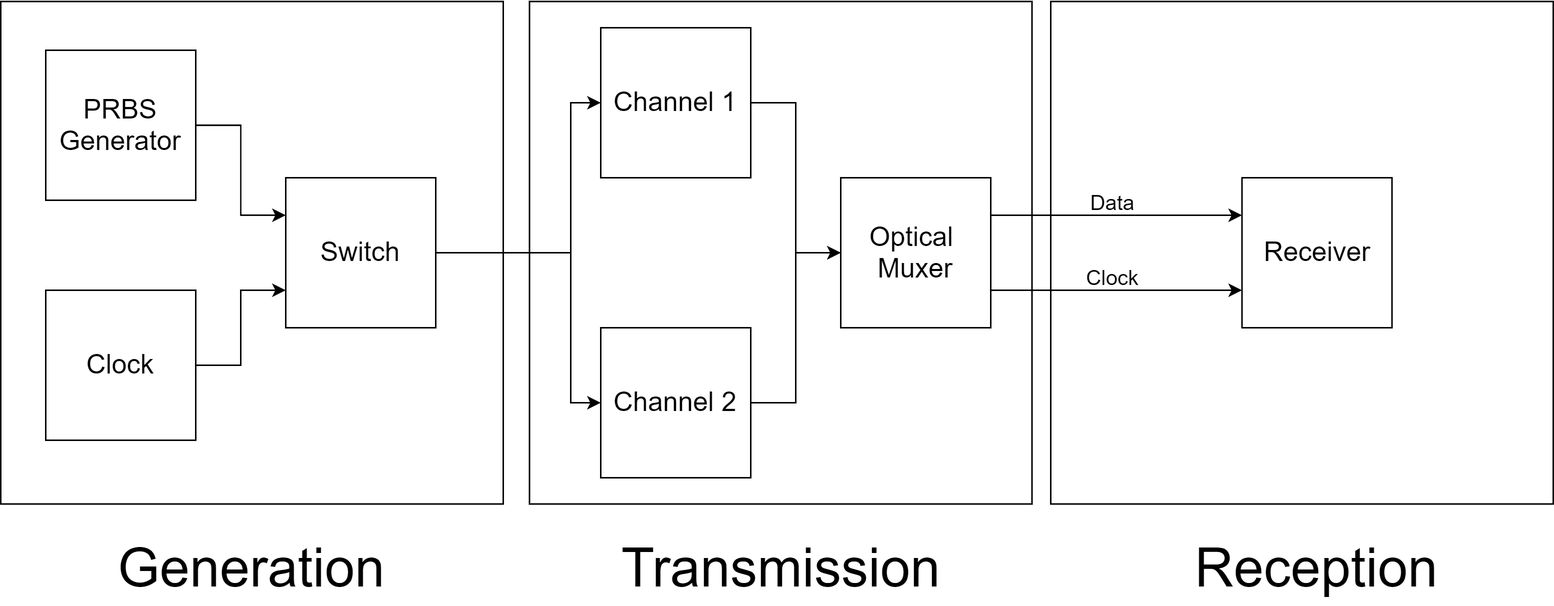
This is img/overview.png from AmmarShaqeel/ucl-final, a draw.io export, as it was before one commit. Source tidied: cells renumbered, new cells last; positions are measured from the earlier drawing's top-left corner, leaving out a move shared by most shapes.
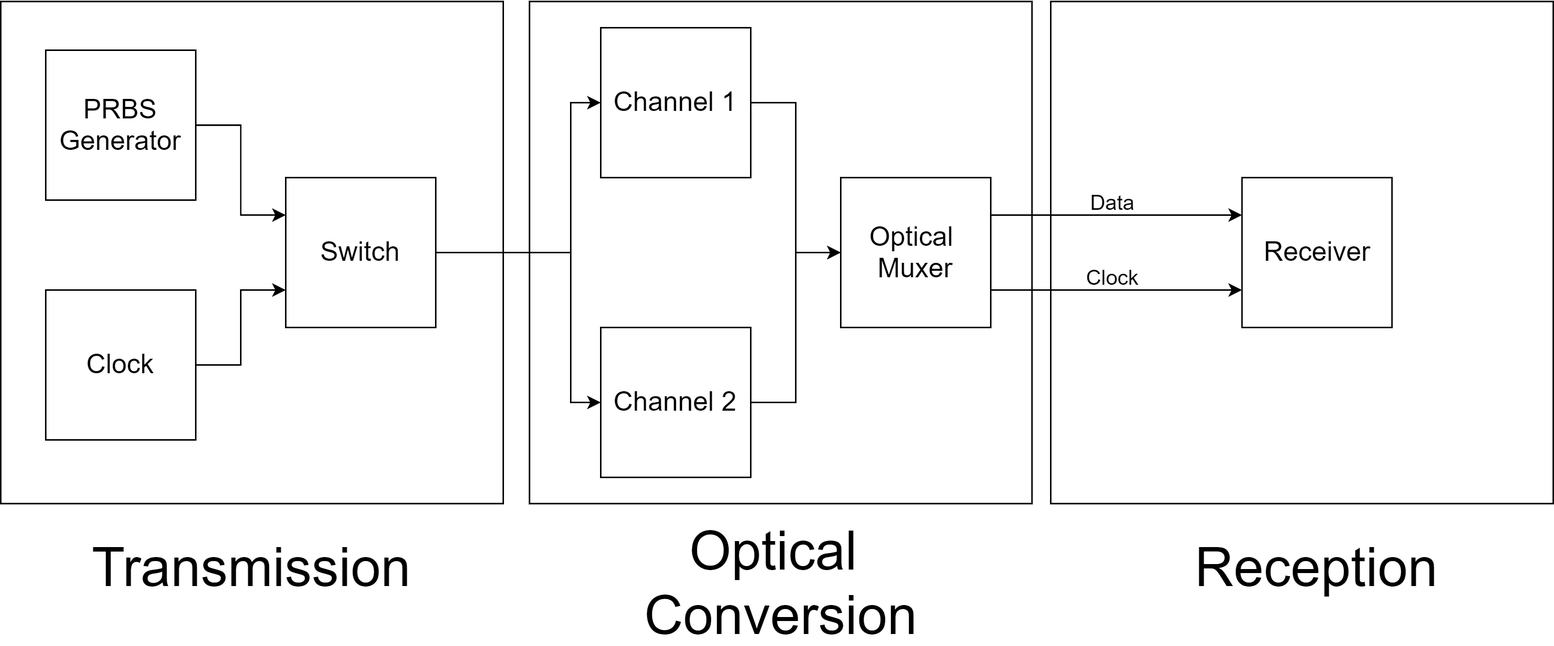
The same diagram one commit later.

The edit, as a diff of the source:
```diff
@@ -70,13 +70,13 @@
     <mxCell id="19" value="&lt;font style=&quot;font-size: 18px&quot;&gt;Receiver&lt;/font&gt;" style="whiteSpace=wrap;html=1;" parent="1" vertex="1">
       <mxGeometry x="827.5" y="117" width="100" height="100" as="geometry" />
     </mxCell>
-    <mxCell id="20" value="&lt;font style=&quot;font-size: 36px&quot;&gt;Transmission&lt;/font&gt;" style="text;html=1;strokeColor=none;fillColor=none;align=center;verticalAlign=middle;whiteSpace=wrap;rounded=0;" parent="1" vertex="1">
-      <mxGeometry x="412.5" y="352" width="215" height="50" as="geometry" />
+    <mxCell id="20" value="&lt;font style=&quot;font-size: 36px&quot;&gt;Optical&amp;nbsp;&lt;br&gt;Conversion&lt;br&gt;&lt;/font&gt;" style="text;html=1;strokeColor=none;fillColor=none;align=center;verticalAlign=middle;whiteSpace=wrap;rounded=0;" parent="1" vertex="1">
+      <mxGeometry x="412.5" y="362" width="215" height="50" as="geometry" />
     </mxCell>
     <mxCell id="21" value="&lt;font style=&quot;font-size: 36px&quot;&gt;Reception&lt;/font&gt;" style="text;html=1;strokeColor=none;fillColor=none;align=center;verticalAlign=middle;whiteSpace=wrap;rounded=0;" parent="1" vertex="1">
       <mxGeometry x="770" y="352" width="215" height="50" as="geometry" />
     </mxCell>
-    <mxCell id="22" value="&lt;font style=&quot;font-size: 36px&quot;&gt;Generation&lt;/font&gt;" style="text;html=1;strokeColor=none;fillColor=none;align=center;verticalAlign=middle;whiteSpace=wrap;rounded=0;" parent="1" vertex="1">
+    <mxCell id="22" value="&lt;font style=&quot;font-size: 36px&quot;&gt;Transmission&lt;/font&gt;" style="text;html=1;strokeColor=none;fillColor=none;align=center;verticalAlign=middle;whiteSpace=wrap;rounded=0;" parent="1" vertex="1">
       <mxGeometry x="60" y="352" width="215" height="50" as="geometry" />
     </mxCell>
     <mxCell id="23" style="edgeStyle=orthogonalEdgeStyle;rounded=0;jettySize=auto;html=1;entryX=0;entryY=0.75;entryDx=0;entryDy=0;" parent="1" edge="1" source="24" target="18">
```
